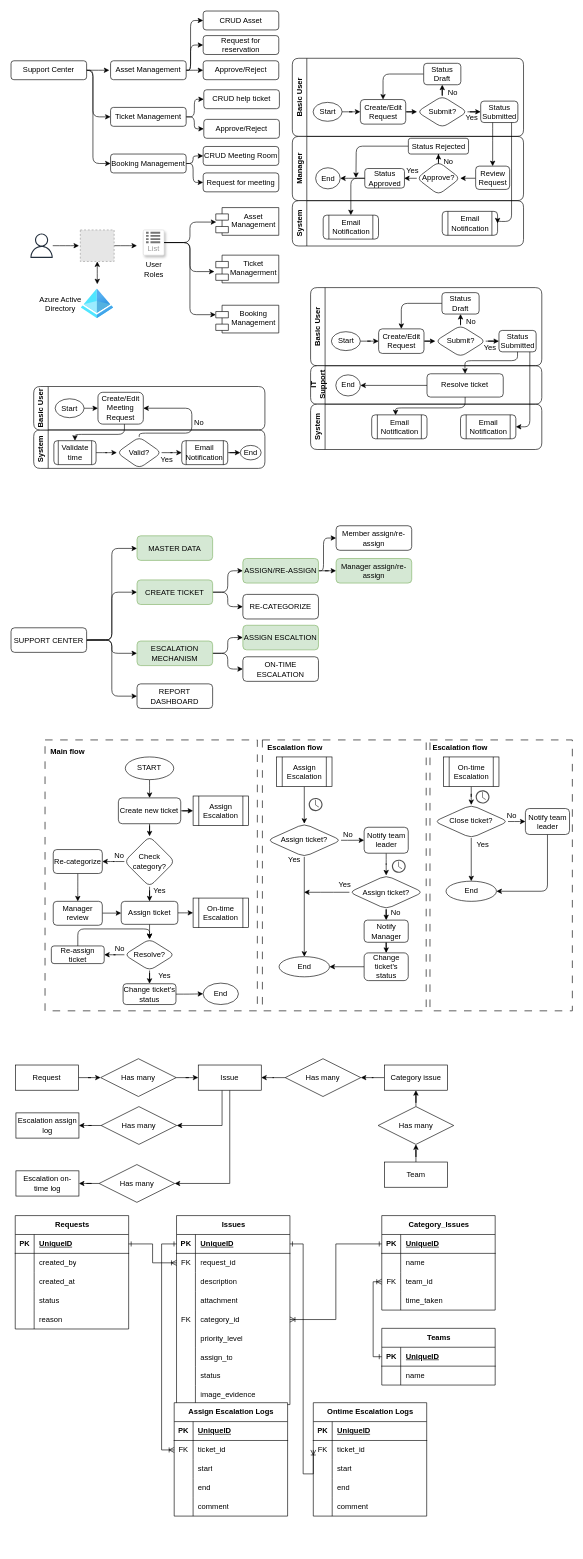
This is Sketchs/MySketch.drawio from DataTeamBP/MyDrawIO, a draw.io file, before an edit. Source tidied: cells renumbered, new cells numbered last; positions are measured from the earlier drawing's top-left corner, leaving out a move shared by most shapes. Both pictures are drawn from the tidied source at 63%, with x=0, y=0 at pixel (11, 11). Pictures stored in the file or linked from it are replaced by grey dashed boxes.
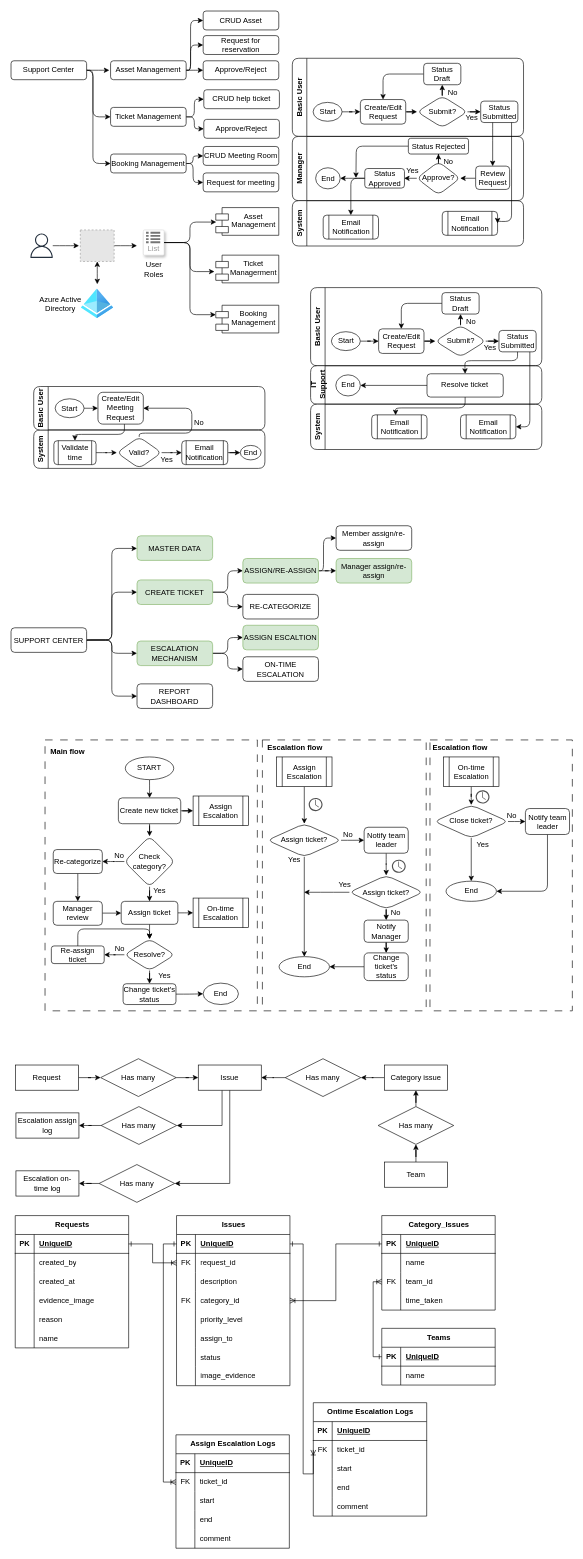
After the change.

The change refers to these unchanged cells:
```xml
<mxCell id="221" style="shape=tableRow;horizontal=0;startSize=0;swimlaneHead=0;swimlaneBody=0;fillColor=none;top=0;left=0;right=0;bottom=0;" parent="211" vertex="1">
  <mxGeometry y="120" width="180" height="30" as="geometry" />
</mxCell>
```

What changed in the source:
```diff
@@
     <mxCell id="211" value="Requests" style="shape=table;startSize=30;childLayout=tableLayout;rowLines=0;fontStyle=1;align=center;html=1;" parent="1" vertex="1">
-      <mxGeometry x="6.7" y="1912" width="180" height="180" as="geometry" />
+      <mxGeometry x="6.7" y="1912" width="180" height="210" as="geometry" />
     </mxCell>
@@
-    <mxCell id="223" value="status" style="shape=partialRectangle;fillColor=none;top=0;left=0;bottom=0;right=0;align=left;spacingLeft=6;overflow=hidden;whiteSpace=wrap;html=1;" parent="221" vertex="1">
+    <mxCell id="223" value="evidence_image" style="shape=partialRectangle;fillColor=none;top=0;left=0;bottom=0;right=0;align=left;spacingLeft=6;overflow=hidden;whiteSpace=wrap;html=1;" parent="221" vertex="1">
       <mxGeometry x="30" width="150" height="30" as="geometry" />
     </mxCell>
@@
+    <mxCell id="320" style="shape=tableRow;horizontal=0;startSize=0;swimlaneHead=0;swimlaneBody=0;fillColor=none;top=0;left=0;right=0;bottom=0;" parent="211" vertex="1">
+      <mxGeometry y="180" width="180" height="30" as="geometry" />
+    </mxCell>
+    <mxCell id="238" style="shape=partialRectangle;fillColor=none;top=0;left=0;bottom=0;right=0;overflow=hidden;whiteSpace=wrap;html=1;" parent="320" vertex="1">
+      <mxGeometry width="30" height="30" as="geometry" />
+    </mxCell>
+    <mxCell id="321" value="name" style="shape=partialRectangle;fillColor=none;top=0;left=0;bottom=0;right=0;align=left;spacingLeft=6;overflow=hidden;whiteSpace=wrap;html=1;" parent="320" vertex="1">
+      <mxGeometry x="30" width="150" height="30" as="geometry" />
+    </mxCell>
     <mxCell id="227" value="Issues" style="shape=table;startSize=30;childLayout=tableLayout;rowLines=0;fontStyle=1;align=center;html=1;" parent="1" vertex="1">
-      <mxGeometry x="262.7" y="1912" width="180" height="300" as="geometry" />
+      <mxGeometry x="262.7" y="1912" width="180" height="270" as="geometry" />
     </mxCell>
@@
-    <mxCell id="237" style="shape=tableRow;horizontal=0;startSize=0;swimlaneHead=0;swimlaneBody=0;fillColor=none;top=0;left=0;right=0;bottom=0;" parent="227" vertex="1">
-      <mxGeometry y="120" width="180" height="30" as="geometry" />
-    </mxCell>
-    <mxCell id="238" style="shape=partialRectangle;fillColor=none;top=0;left=0;bottom=0;right=0;overflow=hidden;whiteSpace=wrap;html=1;" parent="237" vertex="1">
-      <mxGeometry width="30" height="30" as="geometry" />
-    </mxCell>
-    <mxCell id="239" value="attachment" style="shape=partialRectangle;fillColor=none;top=0;left=0;bottom=0;right=0;align=left;spacingLeft=6;overflow=hidden;whiteSpace=wrap;html=1;" parent="237" vertex="1">
-      <mxGeometry x="30" width="150" height="30" as="geometry" />
-    </mxCell>
     <mxCell id="240" style="shape=tableRow;horizontal=0;startSize=0;swimlaneHead=0;swimlaneBody=0;fillColor=none;points=[[0,0.5],[1,0.5]];portConstraint=eastwest;top=0;left=0;right=0;bottom=0;" parent="227" vertex="1">
-      <mxGeometry y="150" width="180" height="30" as="geometry" />
+      <mxGeometry y="120" width="180" height="30" as="geometry" />
     </mxCell>
@@
     <mxCell id="243" style="shape=tableRow;horizontal=0;startSize=0;swimlaneHead=0;swimlaneBody=0;fillColor=none;top=0;left=0;right=0;bottom=0;" parent="227" vertex="1">
-      <mxGeometry y="180" width="180" height="30" as="geometry" />
+      <mxGeometry y="150" width="180" height="30" as="geometry" />
     </mxCell>
@@
     <mxCell id="246" style="shape=tableRow;horizontal=0;startSize=0;swimlaneHead=0;swimlaneBody=0;fillColor=none;top=0;left=0;right=0;bottom=0;" parent="227" vertex="1">
-      <mxGeometry y="210" width="180" height="30" as="geometry" />
+      <mxGeometry y="180" width="180" height="30" as="geometry" />
     </mxCell>
@@
     <mxCell id="249" style="shape=tableRow;horizontal=0;startSize=0;swimlaneHead=0;swimlaneBody=0;fillColor=none;top=0;left=0;right=0;bottom=0;" parent="227" vertex="1">
-      <mxGeometry y="240" width="180" height="30" as="geometry" />
+      <mxGeometry y="210" width="180" height="30" as="geometry" />
     </mxCell>
@@
     <mxCell id="252" style="shape=tableRow;horizontal=0;startSize=0;swimlaneHead=0;swimlaneBody=0;fillColor=none;top=0;left=0;right=0;bottom=0;" parent="227" vertex="1">
-      <mxGeometry y="270" width="180" height="30" as="geometry" />
+      <mxGeometry y="240" width="180" height="30" as="geometry" />
     </mxCell>
@@
     <mxCell id="286" value="Assign Escalation Logs" style="shape=table;startSize=30;childLayout=tableLayout;rowLines=0;fontStyle=1;align=center;html=1;" parent="1" vertex="1">
-      <mxGeometry x="259" y="2209" width="180" height="180" as="geometry" />
+      <mxGeometry x="261.8" y="2260" width="180" height="180" as="geometry" />
     </mxCell>
```
